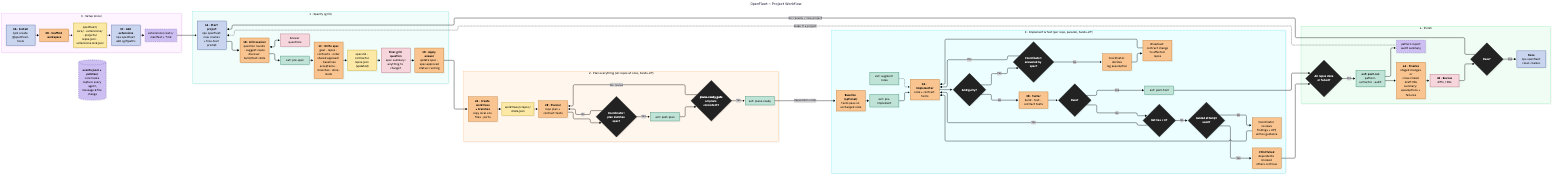
Before: docs/flow.png, a diagram exported from Mermaid (yashicon21/openfleet). Its source is kept beside it as docs/flow.mmd.
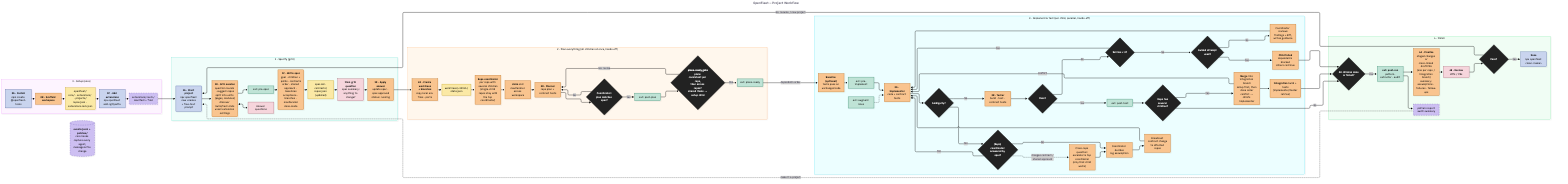
The same file after the commit.

Commit message:
docs: Update documentation for scoped children and extensions

Change to the diagram source:
```diff
@@ -15,10 +15,10 @@
   subgraph S1["1 · Specify (grill)"]
     direction TB
     H1["<b>1A · Start project</b><br/>npx openfleet new &lt;name&gt;<br/>+ free-text prompt"]
-    C1["<b>1B · Grill session</b><br/>question rounds · suggest repos<br/>discover build/test cmds"]
+    C1["<b>1B · Grill session</b><br/>question rounds · suggest repos<br/>split into units (pages, modules)<br/>discover build/test cmds<br/>unset extension settings"]
     HA["Answer questions"]
     X0["ext: pre-spec"]
-    C2["<b>1C · Write spec</b><br/>goal · repos · contracts · order<br/>shared approach · baselines<br/>acceptance · branches · done-mode"]
+    C2["<b>1C · Write spec</b><br/>goal · children + paths · contracts<br/>order · shared approach · baselines<br/>acceptance · branches · maxParallel<br/>done-mode"]
     F1["spec.md · contracts/<br/>repos.json (updated)"]
     HR["<b>Final grill question</b><br/>spec summary:<br/>anything to change?"]
     CA["<b>1D · Apply answer</b><br/>update spec · spec.approved<br/>status: running"]
@@ -27,30 +27,33 @@
     C1 --> X0 --> C2 --> F1 --> HR --> CA
   end
 
-  subgraph S2["2 · Plan everything (all repos at once, hands-off)"]
+  subgraph S2["2 · Plan everything (all children at once, hands-off)"]
     direction TB
     C3["<b>2A · Create worktrees<br/>+ branches</b><br/>copy local env files · ports"]
-    F2["worktrees/&lt;repo&gt;/<br/>state.json"]
+    F2["worktrees/&lt;child&gt;/<br/>state.json"]
+    RC["<b>Repo coordinator</b><br/>per repo with several children<br/>(single-child repos stay with<br/>the top coordinator)"]
+    CL["<b>claim</b> slot<br/>maxParallel across workspace"]
     P["<b>2B · Planner</b><br/>repo plan + contract tests"]
     DV{"Coordinator:<br/>plan matches spec?"}
     X1["ext: post-plan"]
-    DC{"<b>plans-ready gate</b><br/>all plans consistent?"}
+    DC{"<b>plans-ready gate</b><br/>plans consistent per repo,<br/>then across repos?<br/>shared items → setup child"}
     X4["ext: plans-ready"]
-    C3 --> F2 --> P --> DV
+    C3 --> F2 --> RC --> CL --> P --> DV
     DV -- No --> P
     DV -- Yes --> X1 --> DC
     DC -- "No: revise" --> P
     DC -- Yes --> X4
   end
 
-  subgraph S3["3 · Implement & Test (per repo, parallel, hands-off)"]
+  subgraph S3["3 · Implement & Test (per child, parallel, hands-off)"]
     direction TB
     XA["ext: augment roles"]
     B["<b>Baseline (optional)</b><br/>tests pass on unchanged code"]
     X5["ext: pre-implement"]
     I["<b>3A · Implementer</b><br/>code + contract tests"]
     DQ{"Ambiguity?"}
-    CQ{"Coordinator:<br/>answered by spec?"}
+    CQ{"(Repo) coordinator:<br/>answered by spec?"}
+    CE["Cross-repo question:<br/>escalate to top coordinator<br/>(only that child waits)"]
     CD["Coordinator decides<br/>log assumption"]
     CB["Broadcast contract change<br/>to affected repos"]
     T["<b>3B · Tester</b><br/>build · test · contract tests"]
@@ -60,26 +63,32 @@
     CG["Coordinator reviews<br/>findings + diff,<br/>writes guidance"]
     CF["<b>Child failed</b><br/>dependents blocked<br/>others continue"]
     X2["ext: post-test"]
+    DM{"Repo has<br/>several children?"}
+    M["<b>Merge</b> into integration branch<br/>setup first, then done order<br/>conflict → child's implementer"]
+    IT["<b>Integration</b> build + tests<br/>(implementer/tester retries)"]
     XA -.-> I
     I --> DQ
     DQ -- Yes --> CQ
     CQ -- Yes --> I
     CQ -- No --> CD --> CB --> I
+    CQ -. "changes contract /<br/>shared approach" .-> CE --> CD
     DQ -- No --> T --> DT
     DT -- No --> DN
     DN -- Yes --> I
     DN -- No --> DG
     DG -- No --> CG --> I
     DG -- Yes --> CF
-    DT -- Yes --> X2
+    DT -- Yes --> X2 --> DM
+    DM -- Yes --> M --> IT
+    M -. conflict .-> I
   end
 
   subgraph S4["4 · Finish"]
     direction TB
-    DA{"All repos done<br/>or failed?"}
+    DA{"All children done<br/>or failed?"}
     X3["<b>ext: post-run</b><br/>pattern-extractor · audit"]
     FX["pattern report<br/>audit summary"]
-    C5["<b>4A · Finalize</b><br/>staged changes or<br/>cross-linked draft PRs<br/>summary: assumptions + failures"]
+    C5["<b>4A · Finalize</b><br/>staged changes or<br/>cross-linked draft PRs<br/>(one per repo / integration branch)<br/>summary: assumptions · failures · follow-ups"]
     HF["<b>4B · Review</b><br/>diffs / PRs"]
     DP{"Pass?"}
     HC["<b>Done</b><br/>npx openfleet clean &lt;name&gt;"]
@@ -93,7 +102,8 @@
   F0b --> H1
   CA --> C3
   X4 -- "dependsOn order" --> B --> X5 --> I
-  X2 --> DA
+  DM -- No --> DA
+  IT --> DA
   CF --> DA
   DP -- "No: resume / new project" --> H1
   FX -. "make it a project" .-> H1
@@ -107,8 +117,8 @@
   classDef dec fill:#222,stroke:#000,color:#fff
   class H0,H0b,H1,HC human
   class HA,HR,HF loop
-  class C0,C1,C2,CA,C3,CD,CB,CG,CF,C5,P,B,I,T ai
+  class C0,C1,C2,CA,C3,CD,CB,CE,CG,CF,C5,P,B,I,T,RC,CL,M,IT ai
   class F0,F1,F2 file
   class F0b,FX,EV cond
   class X0,X1,XA,X2,X3,X4,X5 ext
-  class DV,DC,CQ,DA,DQ,DT,DN,DG,DP dec
+  class DV,DC,CQ,DA,DQ,DT,DN,DG,DP,DM dec
```
